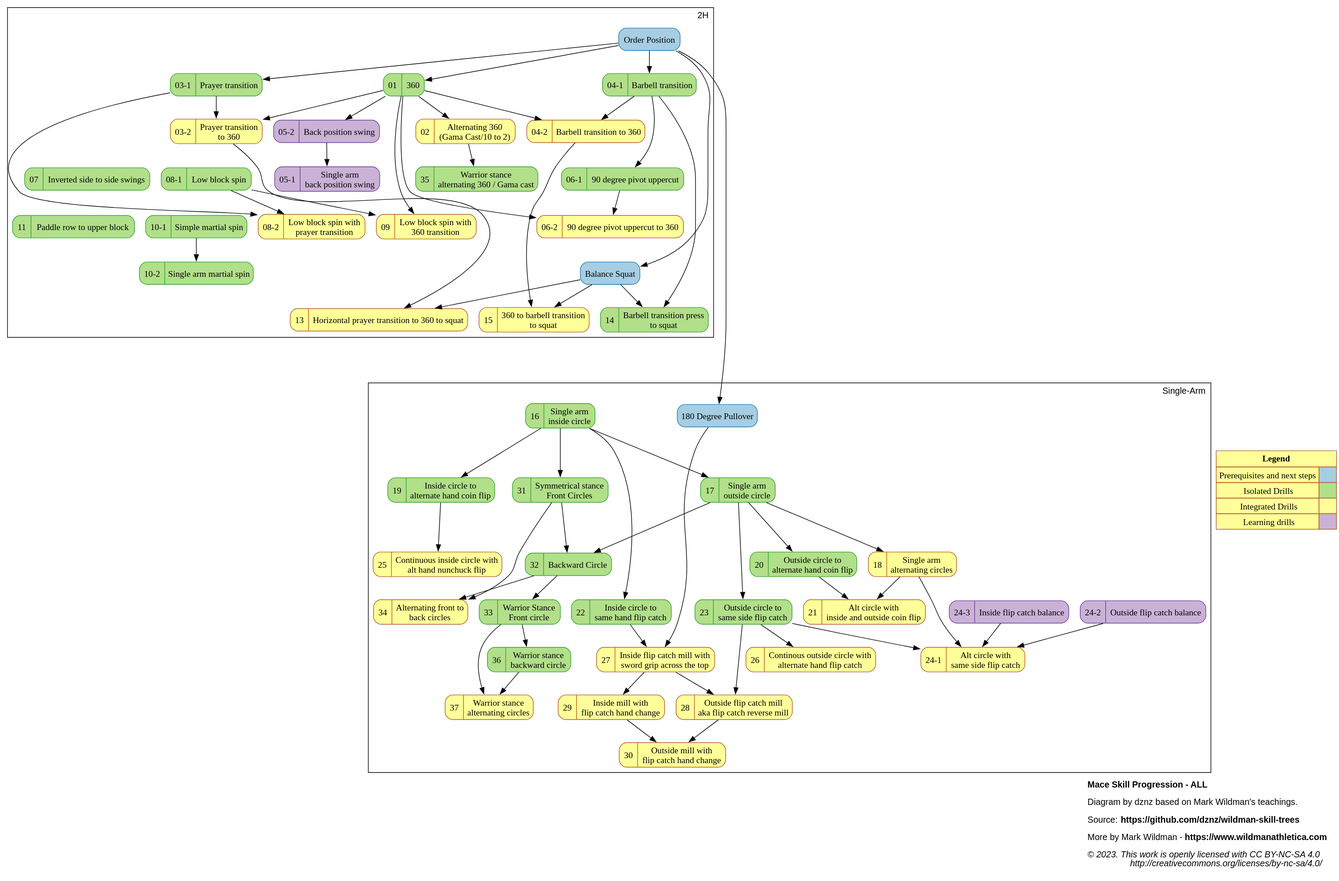
Before: dist/mace_progression_ALL.svg, a diagram exported from PlantUML (dznz/wildman-skill-trees). Its source is kept beside it as src/mace/mace_progression_ALL.puml.
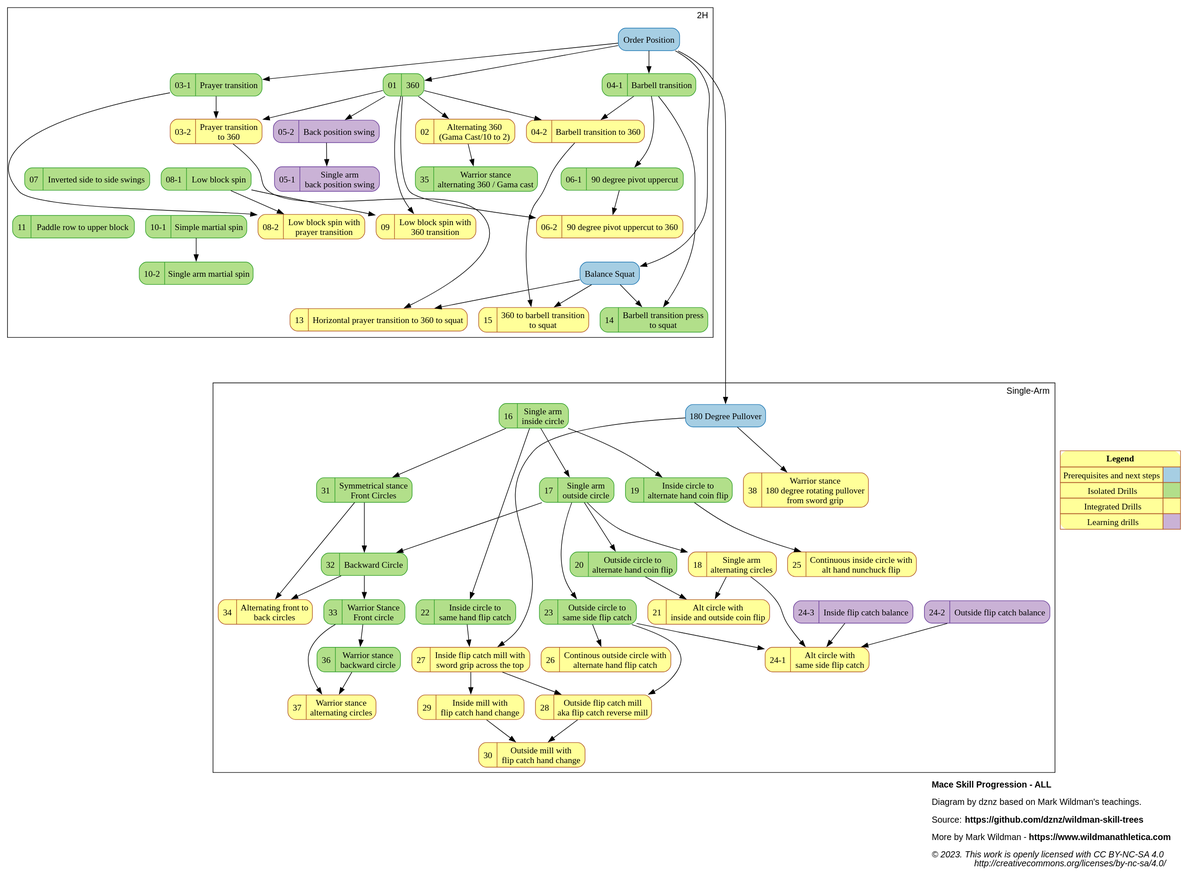
Later version of the same file.

Commit message:
feat(mace_progression): M-38

What changed in the source:
```diff
@@ -83,10 +83,11 @@
 mov_32_bkcircle               [label="{{32  |Backward Circle}}"                                          URL="https://www.youtube.com/watch?v=KSja97kaEHY" ];
 mov_33_warfrcircle            [label="{{33  |Warrior Stance\nFront circle}}"                             URL="https://www.youtube.com/watch?v=-4GMydVrlSk" ];
 
-mov_34_altfrbkcircle          [label="{{34  |Alternating front to\nback circles}}"          URL="https://www.youtube.com/watch?v=MsrcRGT0YzA" ];
-mov_35_waralt360              [label="{{35  |Warrior stance\nalternating 360 / Gama cast}}" URL="https://www.youtube.com/watch?v=IgJXJy3zPGk" ];
-mov_36_warbkcircle            [label="{{36  |Warrior stance\nbackward circle}}"             URL="https://www.youtube.com/watch?v=ZfGdlIsWKXQ" ];
-mov_37_waraltcircle           [label="{{37  |Warrior stance\nalternating circles}}"         URL="https://www.youtube.com/watch?v=h_wcGKGlCus" ];
+mov_34_altfrbkcircle          [label="{{34  |Alternating front to\nback circles}}"                            URL="https://www.youtube.com/watch?v=MsrcRGT0YzA" ];
+mov_35_waralt360              [label="{{35  |Warrior stance\nalternating 360 / Gama cast}}"                   URL="https://www.youtube.com/watch?v=IgJXJy3zPGk" ];
+mov_36_warbkcircle            [label="{{36  |Warrior stance\nbackward circle}}"                               URL="https://www.youtube.com/watch?v=ZfGdlIsWKXQ" ];
+mov_37_waraltcircle           [label="{{37  |Warrior stance\nalternating circles}}"                           URL="https://www.youtube.com/watch?v=h_wcGKGlCus" ];
+mov_38_war180pull             [label="{{38  |Warrior stance\n180 degree rotating pullover\nfrom sword grip}}" URL="https://www.youtube.com/watch?v=P5lbQmeVZn8" ];
 
 // LAYOUT HACKS
 
@@ -136,6 +137,7 @@
       mov_33_warfrcircle -> mov_36_warbkcircle -> mov_37_waraltcircle;
       mov_33_warfrcircle -> mov_37_waraltcircle;
     }
+    ext_180pull -> mov_38_war180pull
 
     {rank=same; ext_180pull; mov_16_saincircle}
     {rank=same; mov_17_saoutcircle; mov_19_incircle2altcoin}
```
